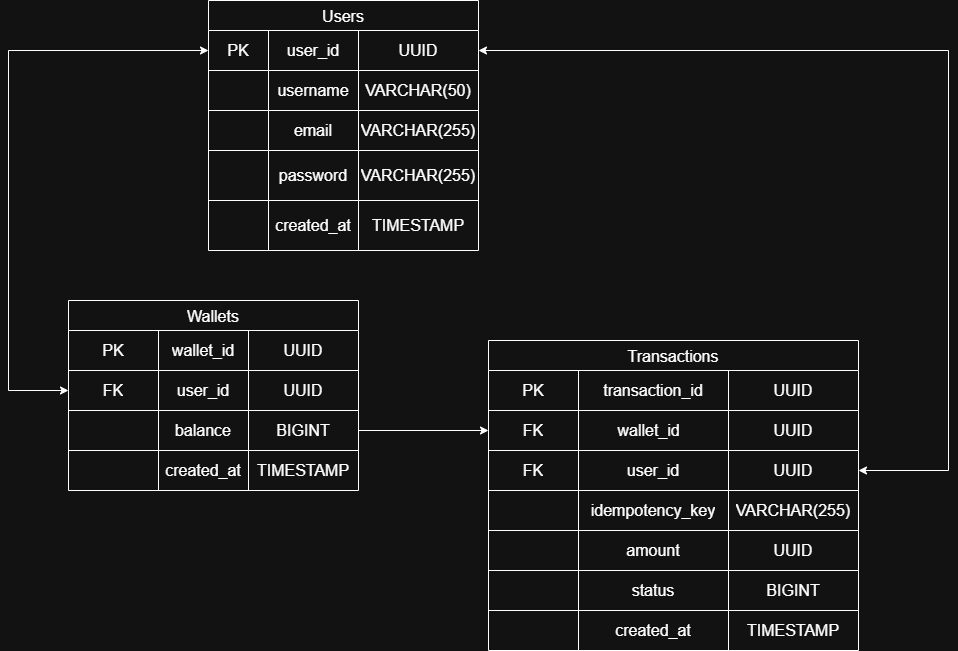
This is docs/db-schema.png from minh20051202/asymptotic-backend, a draw.io export, as it was before one commit. Source tidied: cells renumbered, new cells last; positions are measured from the earlier drawing's top-left corner, leaving out a move shared by most shapes.
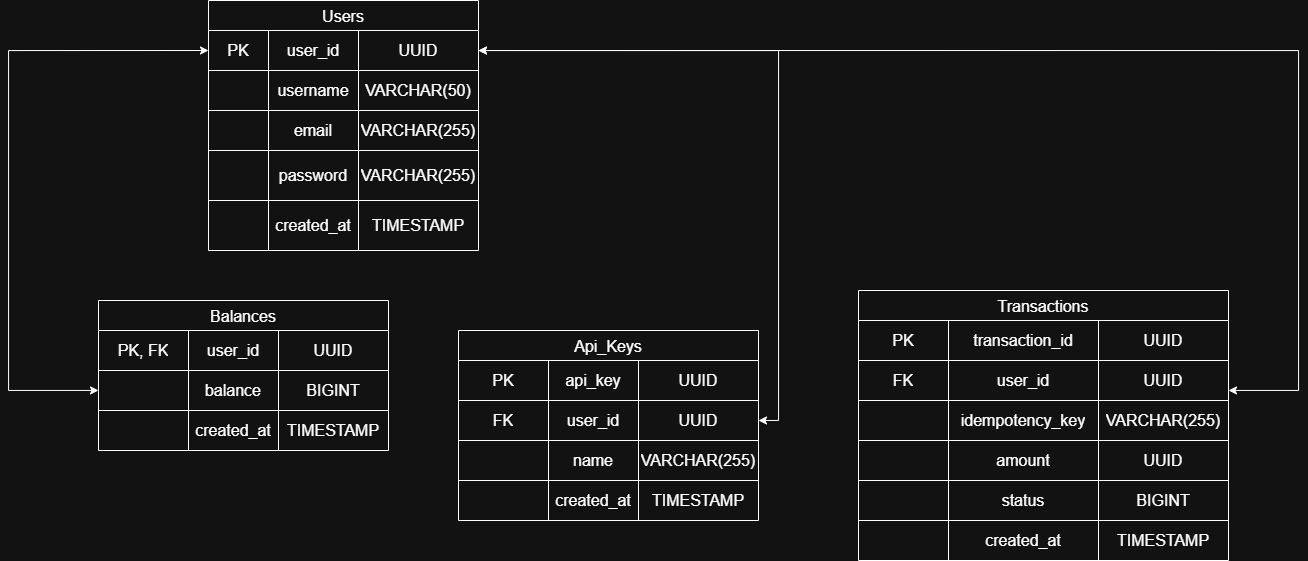
After the commit.

Change to the diagram source:
```diff
@@ -65,35 +65,23 @@
     <mxCell id="22" value="TIMESTAMP" style="shape=partialRectangle;html=1;whiteSpace=wrap;strokeColor=inherit;overflow=hidden;fillColor=none;top=0;left=0;bottom=0;right=0;fontSize=16;" parent="19" vertex="1">
       <mxGeometry x="150" width="120" height="50" as="geometry" />
     </mxCell>
-    <mxCell id="23" value="Wallets" style="shape=table;startSize=30;strokeColor=default;fontSize=16;" parent="1" vertex="1">
-      <mxGeometry x="60" y="300" width="290" height="190" as="geometry" />
+    <mxCell id="23" value="Balances" style="shape=table;startSize=30;strokeColor=default;fontSize=16;" parent="1" vertex="1">
+      <mxGeometry x="90" y="300" width="290" height="150" as="geometry" />
     </mxCell>
     <mxCell id="24" style="shape=tableRow;horizontal=0;startSize=0;swimlaneHead=0;swimlaneBody=0;strokeColor=inherit;top=0;left=0;bottom=0;right=0;fillColor=none;fontSize=16;" parent="23" vertex="1">
       <mxGeometry y="30" width="290" height="40" as="geometry" />
     </mxCell>
-    <mxCell id="25" value="PK" style="shape=partialRectangle;html=1;whiteSpace=wrap;strokeColor=inherit;overflow=hidden;fillColor=none;top=0;left=0;bottom=0;right=0;fontSize=16;" parent="24" vertex="1">
+    <mxCell id="25" value="PK, FK" style="shape=partialRectangle;html=1;whiteSpace=wrap;strokeColor=inherit;overflow=hidden;fillColor=none;top=0;left=0;bottom=0;right=0;fontSize=16;" parent="24" vertex="1">
       <mxGeometry width="90" height="40" as="geometry" />
     </mxCell>
-    <mxCell id="26" value="wallet_id" style="shape=partialRectangle;html=1;whiteSpace=wrap;strokeColor=inherit;overflow=hidden;fillColor=none;top=0;left=0;bottom=0;right=0;fontSize=16;" parent="24" vertex="1">
+    <mxCell id="26" value="user_id" style="shape=partialRectangle;html=1;whiteSpace=wrap;strokeColor=inherit;overflow=hidden;fillColor=none;top=0;left=0;bottom=0;right=0;fontSize=16;" parent="24" vertex="1">
       <mxGeometry x="90" width="90" height="40" as="geometry" />
     </mxCell>
     <mxCell id="27" value="UUID" style="shape=partialRectangle;html=1;whiteSpace=wrap;strokeColor=inherit;overflow=hidden;fillColor=none;top=0;left=0;bottom=0;right=0;fontSize=16;" parent="24" vertex="1">
       <mxGeometry x="180" width="110" height="40" as="geometry" />
     </mxCell>
-    <mxCell id="28" style="shape=tableRow;horizontal=0;startSize=0;swimlaneHead=0;swimlaneBody=0;strokeColor=inherit;top=0;left=0;bottom=0;right=0;fillColor=none;points=[[0,0.5],[1,0.5]];portConstraint=eastwest;fontSize=16;" parent="23" vertex="1">
-      <mxGeometry y="70" width="290" height="40" as="geometry" />
-    </mxCell>
-    <mxCell id="29" value="FK" style="shape=partialRectangle;html=1;whiteSpace=wrap;strokeColor=inherit;overflow=hidden;fillColor=none;top=0;left=0;bottom=0;right=0;fontSize=16;" parent="28" vertex="1">
-      <mxGeometry width="90" height="40" as="geometry" />
-    </mxCell>
-    <mxCell id="30" value="user_id" style="shape=partialRectangle;html=1;whiteSpace=wrap;strokeColor=inherit;overflow=hidden;fillColor=none;top=0;left=0;bottom=0;right=0;fontSize=16;" parent="28" vertex="1">
-      <mxGeometry x="90" width="90" height="40" as="geometry" />
-    </mxCell>
-    <mxCell id="31" value="UUID" style="shape=partialRectangle;html=1;whiteSpace=wrap;strokeColor=inherit;overflow=hidden;fillColor=none;top=0;left=0;bottom=0;right=0;fontSize=16;" parent="28" vertex="1">
-      <mxGeometry x="180" width="110" height="40" as="geometry" />
-    </mxCell>
     <mxCell id="32" style="shape=tableRow;horizontal=0;startSize=0;swimlaneHead=0;swimlaneBody=0;strokeColor=inherit;top=0;left=0;bottom=0;right=0;fillColor=none;points=[[0,0.5],[1,0.5]];portConstraint=eastwest;fontSize=16;" parent="23" vertex="1">
-      <mxGeometry y="110" width="290" height="40" as="geometry" />
+      <mxGeometry y="70" width="290" height="40" as="geometry" />
     </mxCell>
     <mxCell id="33" style="shape=partialRectangle;html=1;whiteSpace=wrap;strokeColor=inherit;overflow=hidden;fillColor=none;top=0;left=0;bottom=0;right=0;fontSize=16;" parent="32" vertex="1">
       <mxGeometry width="90" height="40" as="geometry" />
@@ -105,7 +93,7 @@
       <mxGeometry x="180" width="110" height="40" as="geometry" />
     </mxCell>
     <mxCell id="36" style="shape=tableRow;horizontal=0;startSize=0;swimlaneHead=0;swimlaneBody=0;strokeColor=inherit;top=0;left=0;bottom=0;right=0;fillColor=none;fontSize=16;" parent="23" vertex="1">
-      <mxGeometry y="150" width="290" height="40" as="geometry" />
+      <mxGeometry y="110" width="290" height="40" as="geometry" />
     </mxCell>
     <mxCell id="37" style="shape=partialRectangle;html=1;whiteSpace=wrap;strokeColor=inherit;overflow=hidden;fillColor=none;top=0;left=0;bottom=0;right=0;fontSize=16;" parent="36" vertex="1">
       <mxGeometry width="90" height="40" as="geometry" />
@@ -117,7 +105,7 @@
       <mxGeometry x="180" width="110" height="40" as="geometry" />
     </mxCell>
     <mxCell id="40" value="Transactions" style="shape=table;startSize=30;strokeColor=default;fontSize=16;miterlimit=4;columnLines=1;arcSize=15;" parent="1" vertex="1">
-      <mxGeometry x="480" y="340" width="370" height="310" as="geometry" />
+      <mxGeometry x="850" y="290" width="370" height="270" as="geometry" />
     </mxCell>
     <mxCell id="41" style="shape=tableRow;horizontal=0;startSize=0;swimlaneHead=0;swimlaneBody=0;strokeColor=inherit;top=0;left=0;bottom=0;right=0;fillColor=none;fontSize=16;" parent="40" vertex="1">
       <mxGeometry y="30" width="370" height="40" as="geometry" />
@@ -131,20 +119,8 @@
     <mxCell id="44" value="UUID" style="shape=partialRectangle;html=1;whiteSpace=wrap;strokeColor=inherit;overflow=hidden;fillColor=none;top=0;left=0;bottom=0;right=0;fontSize=16;" parent="41" vertex="1">
       <mxGeometry x="240" width="130" height="40" as="geometry" />
     </mxCell>
-    <mxCell id="45" style="shape=tableRow;horizontal=0;startSize=0;swimlaneHead=0;swimlaneBody=0;strokeColor=inherit;top=0;left=0;bottom=0;right=0;fillColor=none;points=[[0,0.5],[1,0.5]];portConstraint=eastwest;fontSize=16;" parent="40" vertex="1">
-      <mxGeometry y="70" width="370" height="40" as="geometry" />
-    </mxCell>
-    <mxCell id="46" value="FK" style="shape=partialRectangle;html=1;whiteSpace=wrap;strokeColor=inherit;overflow=hidden;fillColor=none;top=0;left=0;bottom=0;right=0;fontSize=16;" parent="45" vertex="1">
-      <mxGeometry width="90" height="40" as="geometry" />
-    </mxCell>
-    <mxCell id="47" value="wallet_id&lt;span style=&quot;white-space: pre;&quot;&gt;&#9;&lt;/span&gt;" style="shape=partialRectangle;html=1;whiteSpace=wrap;strokeColor=inherit;overflow=hidden;fillColor=none;top=0;left=0;bottom=0;right=0;fontSize=16;" parent="45" vertex="1">
-      <mxGeometry x="90" width="150" height="40" as="geometry" />
-    </mxCell>
-    <mxCell id="48" value="UUID" style="shape=partialRectangle;html=1;whiteSpace=wrap;strokeColor=inherit;overflow=hidden;fillColor=none;top=0;left=0;bottom=0;right=0;fontSize=16;" parent="45" vertex="1">
-      <mxGeometry x="240" width="130" height="40" as="geometry" />
-    </mxCell>
     <mxCell id="49" style="shape=tableRow;horizontal=0;startSize=0;swimlaneHead=0;swimlaneBody=0;strokeColor=inherit;top=0;left=0;bottom=0;right=0;fillColor=none;points=[[0,0.5],[1,0.5]];portConstraint=eastwest;fontSize=16;" parent="40" vertex="1">
-      <mxGeometry y="110" width="370" height="40" as="geometry" />
+      <mxGeometry y="70" width="370" height="40" as="geometry" />
     </mxCell>
     <mxCell id="50" value="FK" style="shape=partialRectangle;html=1;whiteSpace=wrap;strokeColor=inherit;overflow=hidden;fillColor=none;top=0;left=0;bottom=0;right=0;fontSize=16;" parent="49" vertex="1">
       <mxGeometry width="90" height="40" as="geometry" />
@@ -156,7 +132,7 @@
       <mxGeometry x="240" width="130" height="40" as="geometry" />
     </mxCell>
     <mxCell id="53" style="shape=tableRow;horizontal=0;startSize=0;swimlaneHead=0;swimlaneBody=0;strokeColor=inherit;top=0;left=0;bottom=0;right=0;fillColor=none;fontSize=16;" parent="40" vertex="1">
-      <mxGeometry y="150" width="370" height="40" as="geometry" />
+      <mxGeometry y="110" width="370" height="40" as="geometry" />
     </mxCell>
     <mxCell id="54" style="shape=partialRectangle;html=1;whiteSpace=wrap;strokeColor=inherit;overflow=hidden;fillColor=none;top=0;left=0;bottom=0;right=0;fontSize=16;" parent="53" vertex="1">
       <mxGeometry width="90" height="40" as="geometry" />
@@ -168,7 +144,7 @@
       <mxGeometry x="240" width="130" height="40" as="geometry" />
     </mxCell>
     <mxCell id="57" style="shape=tableRow;horizontal=0;startSize=0;swimlaneHead=0;swimlaneBody=0;strokeColor=inherit;top=0;left=0;bottom=0;right=0;fillColor=none;fontSize=16;" parent="40" vertex="1">
-      <mxGeometry y="190" width="370" height="40" as="geometry" />
+      <mxGeometry y="150" width="370" height="40" as="geometry" />
     </mxCell>
     <mxCell id="58" style="shape=partialRectangle;html=1;whiteSpace=wrap;strokeColor=inherit;overflow=hidden;fillColor=none;top=0;left=0;bottom=0;right=0;fontSize=16;" parent="57" vertex="1">
       <mxGeometry width="90" height="40" as="geometry" />
@@ -180,7 +156,7 @@
       <mxGeometry x="240" width="130" height="40" as="geometry" />
     </mxCell>
     <mxCell id="61" style="shape=tableRow;horizontal=0;startSize=0;swimlaneHead=0;swimlaneBody=0;strokeColor=inherit;top=0;left=0;bottom=0;right=0;fillColor=none;fontSize=16;" parent="40" vertex="1">
-      <mxGeometry y="230" width="370" height="40" as="geometry" />
+      <mxGeometry y="190" width="370" height="40" as="geometry" />
     </mxCell>
     <mxCell id="62" style="shape=partialRectangle;html=1;whiteSpace=wrap;strokeColor=inherit;overflow=hidden;fillColor=none;top=0;left=0;bottom=0;right=0;fontSize=16;" parent="61" vertex="1">
       <mxGeometry width="90" height="40" as="geometry" />
@@ -192,7 +168,7 @@
       <mxGeometry x="240" width="130" height="40" as="geometry" />
     </mxCell>
     <mxCell id="65" style="shape=tableRow;horizontal=0;startSize=0;swimlaneHead=0;swimlaneBody=0;strokeColor=inherit;top=0;left=0;bottom=0;right=0;fillColor=none;fontSize=16;" parent="40" vertex="1">
-      <mxGeometry y="270" width="370" height="40" as="geometry" />
+      <mxGeometry y="230" width="370" height="40" as="geometry" />
     </mxCell>
     <mxCell id="66" style="shape=partialRectangle;html=1;whiteSpace=wrap;strokeColor=inherit;overflow=hidden;fillColor=none;top=0;left=0;bottom=0;right=0;fontSize=16;" parent="65" vertex="1">
       <mxGeometry width="90" height="40" as="geometry" />
@@ -203,11 +179,9 @@
     <mxCell id="68" value="TIMESTAMP" style="shape=partialRectangle;html=1;whiteSpace=wrap;strokeColor=inherit;overflow=hidden;fillColor=none;top=0;left=0;bottom=0;right=0;fontSize=16;" parent="65" vertex="1">
       <mxGeometry x="240" width="130" height="40" as="geometry" />
     </mxCell>
-    <mxCell id="69" style="edgeStyle=orthogonalEdgeStyle;rounded=0;jettySize=auto;html=1;entryX=0;entryY=0.5;entryDx=0;entryDy=0;" parent="1" edge="1" source="32" target="45">
-      <mxGeometry relative="1" as="geometry" />
-    </mxCell>
-    <mxCell id="70" style="edgeStyle=orthogonalEdgeStyle;rounded=0;jettySize=auto;html=1;entryX=0;entryY=0.5;entryDx=0;entryDy=0;startArrow=classic;startFill=1;" parent="1" edge="1" source="28" target="3">
+    <mxCell id="70" style="edgeStyle=orthogonalEdgeStyle;rounded=0;jettySize=auto;html=1;entryX=0;entryY=0.5;entryDx=0;entryDy=0;startArrow=classic;startFill=1;" parent="1" edge="1" target="3">
       <mxGeometry relative="1" as="geometry">
+        <mxPoint x="90" y="389.9" as="sourcePoint" />
         <Array as="points">
           <mxPoint y="390" />
           <mxPoint y="50" />
@@ -217,10 +191,64 @@
     <mxCell id="71" style="edgeStyle=orthogonalEdgeStyle;rounded=0;jettySize=auto;html=1;entryX=1;entryY=0.5;entryDx=0;entryDy=0;startArrow=classic;startFill=1;" parent="1" edge="1" source="49" target="3">
       <mxGeometry relative="1" as="geometry">
         <Array as="points">
-          <mxPoint x="940" y="470" />
-          <mxPoint x="940" y="50" />
+          <mxPoint x="1290" y="390" />
+          <mxPoint x="1290" y="50" />
         </Array>
       </mxGeometry>
     </mxCell>
+    <mxCell id="72" value="Api_Keys" style="shape=table;startSize=30;strokeColor=default;fontSize=16;" parent="1" vertex="1">
+      <mxGeometry x="450" y="330" width="300" height="190" as="geometry" />
+    </mxCell>
+    <mxCell id="73" style="shape=tableRow;horizontal=0;startSize=0;swimlaneHead=0;swimlaneBody=0;strokeColor=inherit;top=0;left=0;bottom=0;right=0;fillColor=none;fontSize=16;" parent="72" vertex="1">
+      <mxGeometry y="30" width="300" height="40" as="geometry" />
+    </mxCell>
+    <mxCell id="74" value="PK" style="shape=partialRectangle;html=1;whiteSpace=wrap;strokeColor=inherit;overflow=hidden;fillColor=none;top=0;left=0;bottom=0;right=0;fontSize=16;" parent="73" vertex="1">
+      <mxGeometry width="90" height="40" as="geometry" />
+    </mxCell>
+    <mxCell id="75" value="api_key" style="shape=partialRectangle;html=1;whiteSpace=wrap;strokeColor=inherit;overflow=hidden;fillColor=none;top=0;left=0;bottom=0;right=0;fontSize=16;" parent="73" vertex="1">
+      <mxGeometry x="90" width="90" height="40" as="geometry" />
+    </mxCell>
+    <mxCell id="76" value="UUID" style="shape=partialRectangle;html=1;whiteSpace=wrap;strokeColor=inherit;overflow=hidden;fillColor=none;top=0;left=0;bottom=0;right=0;fontSize=16;" parent="73" vertex="1">
+      <mxGeometry x="180" width="120" height="40" as="geometry" />
+    </mxCell>
+    <mxCell id="77" style="shape=tableRow;horizontal=0;startSize=0;swimlaneHead=0;swimlaneBody=0;strokeColor=inherit;top=0;left=0;bottom=0;right=0;fillColor=none;points=[[0,0.5],[1,0.5]];portConstraint=eastwest;fontSize=16;" parent="72" vertex="1">
+      <mxGeometry y="70" width="300" height="40" as="geometry" />
+    </mxCell>
+    <mxCell id="78" value="FK" style="shape=partialRectangle;html=1;whiteSpace=wrap;strokeColor=inherit;overflow=hidden;fillColor=none;top=0;left=0;bottom=0;right=0;fontSize=16;" parent="77" vertex="1">
+      <mxGeometry width="90" height="40" as="geometry" />
+    </mxCell>
+    <mxCell id="30" value="user_id" style="shape=partialRectangle;html=1;whiteSpace=wrap;strokeColor=inherit;overflow=hidden;fillColor=none;top=0;left=0;bottom=0;right=0;fontSize=16;" parent="77" vertex="1">
+      <mxGeometry x="90" width="90" height="40" as="geometry" />
+    </mxCell>
+    <mxCell id="79" value="UUID" style="shape=partialRectangle;html=1;whiteSpace=wrap;strokeColor=inherit;overflow=hidden;fillColor=none;top=0;left=0;bottom=0;right=0;fontSize=16;" parent="77" vertex="1">
+      <mxGeometry x="180" width="120" height="40" as="geometry" />
+    </mxCell>
+    <mxCell id="80" style="shape=tableRow;horizontal=0;startSize=0;swimlaneHead=0;swimlaneBody=0;strokeColor=inherit;top=0;left=0;bottom=0;right=0;fillColor=none;fontSize=16;" parent="72" vertex="1">
+      <mxGeometry y="110" width="300" height="40" as="geometry" />
+    </mxCell>
+    <mxCell id="81" style="shape=partialRectangle;html=1;whiteSpace=wrap;strokeColor=inherit;overflow=hidden;fillColor=none;top=0;left=0;bottom=0;right=0;fontSize=16;" parent="80" vertex="1">
+      <mxGeometry width="90" height="40" as="geometry" />
+    </mxCell>
+    <mxCell id="82" value="name" style="shape=partialRectangle;html=1;whiteSpace=wrap;strokeColor=inherit;overflow=hidden;fillColor=none;top=0;left=0;bottom=0;right=0;fontSize=16;" parent="80" vertex="1">
+      <mxGeometry x="90" width="90" height="40" as="geometry" />
+    </mxCell>
+    <mxCell id="83" value="VARCHAR(255)" style="shape=partialRectangle;html=1;whiteSpace=wrap;strokeColor=inherit;overflow=hidden;fillColor=none;top=0;left=0;bottom=0;right=0;fontSize=16;" parent="80" vertex="1">
+      <mxGeometry x="180" width="120" height="40" as="geometry" />
+    </mxCell>
+    <mxCell id="84" style="shape=tableRow;horizontal=0;startSize=0;swimlaneHead=0;swimlaneBody=0;strokeColor=inherit;top=0;left=0;bottom=0;right=0;fillColor=none;fontSize=16;" parent="72" vertex="1">
+      <mxGeometry y="150" width="300" height="40" as="geometry" />
+    </mxCell>
+    <mxCell id="85" style="shape=partialRectangle;html=1;whiteSpace=wrap;strokeColor=inherit;overflow=hidden;fillColor=none;top=0;left=0;bottom=0;right=0;fontSize=16;" parent="84" vertex="1">
+      <mxGeometry width="90" height="40" as="geometry" />
+    </mxCell>
+    <mxCell id="86" value="created_at" style="shape=partialRectangle;html=1;whiteSpace=wrap;strokeColor=inherit;overflow=hidden;fillColor=none;top=0;left=0;bottom=0;right=0;fontSize=16;" parent="84" vertex="1">
+      <mxGeometry x="90" width="90" height="40" as="geometry" />
+    </mxCell>
+    <mxCell id="87" value="TIMESTAMP" style="shape=partialRectangle;html=1;whiteSpace=wrap;strokeColor=inherit;overflow=hidden;fillColor=none;top=0;left=0;bottom=0;right=0;fontSize=16;" parent="84" vertex="1">
+      <mxGeometry x="180" width="120" height="40" as="geometry" />
+    </mxCell>
+    <mxCell id="88" style="edgeStyle=orthogonalEdgeStyle;rounded=0;jettySize=auto;html=1;entryX=1;entryY=0.5;entryDx=0;entryDy=0;startArrow=classic;startFill=1;" parent="1" edge="1" source="3" target="77">
+      <mxGeometry relative="1" as="geometry" />
+    </mxCell>
   </root>
 </mxGraphModel>
```
